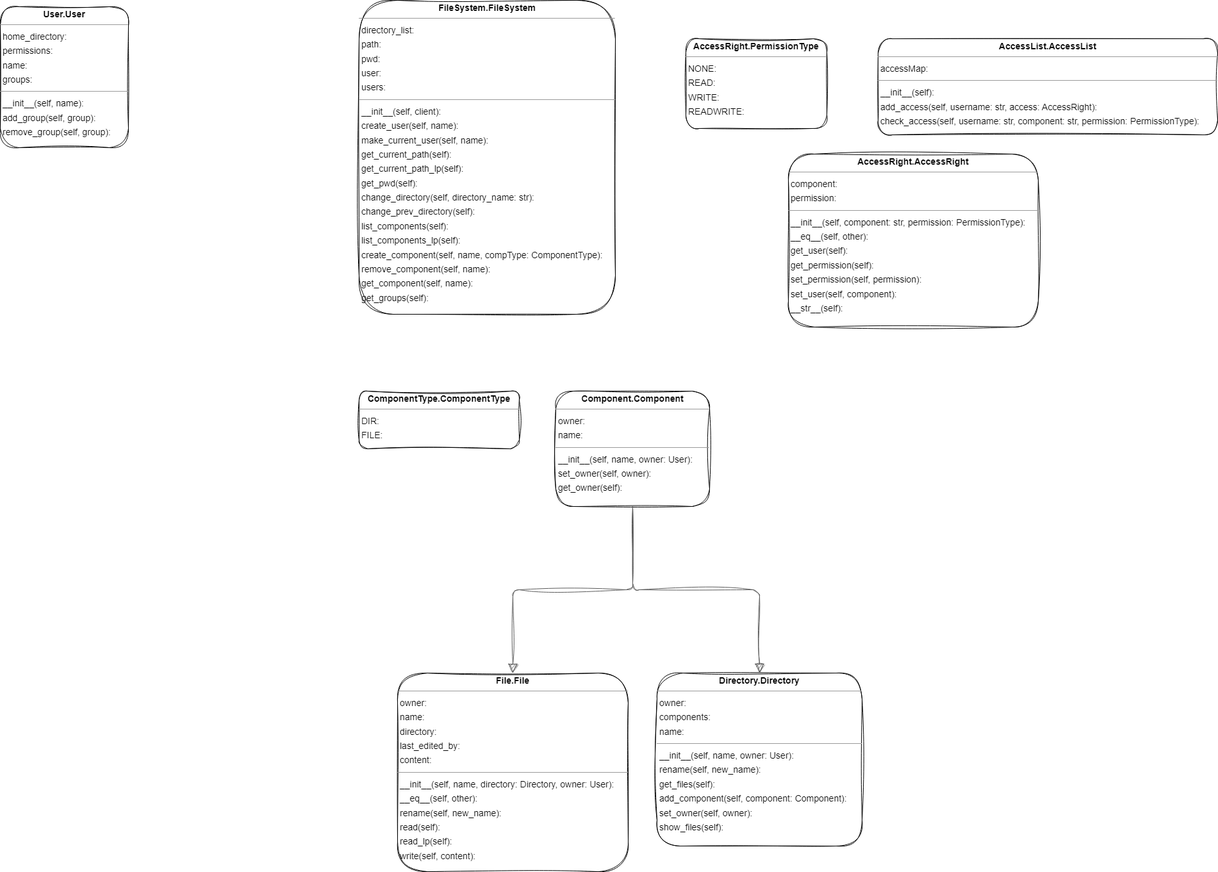
Above: Design/UML diagram.png in ECE422-Project/SFS (draw.io), before the change. Source tidied: cells renumbered, new cells last; positions are measured from the earlier drawing's top-left corner, leaving out a move shared by most shapes. Source of this version:
```xml
<mxGraphModel>
  <root>
    <mxCell id="0" />
    <mxCell id="1" parent="0" />
    <mxCell id="2" value="&lt;p style=&quot;margin:0px;margin-top:4px;text-align:center;&quot;&gt;&lt;b&gt;User.User&lt;/b&gt;&lt;/p&gt;&lt;hr size=&quot;1&quot;/&gt;&lt;p style=&quot;margin:0 0 0 4px;line-height:1.6;&quot;&gt; home_directory: &lt;br/&gt; permissions: &lt;br/&gt; name: &lt;br/&gt; groups: &lt;/p&gt;&lt;hr size=&quot;1&quot;/&gt;&lt;p style=&quot;margin:0 0 0 4px;line-height:1.6;&quot;&gt; __init__(self, name): &lt;br/&gt; add_group(self, group): &lt;br/&gt; remove_group(self, group): &lt;/p&gt;" style="verticalAlign=top;align=left;overflow=fill;fontSize=14;fontFamily=Helvetica;html=1;rounded=1;shadow=0;comic=0;labelBackgroundColor=none;strokeWidth=1;sketch=1;curveFitting=1;jiggle=2;" parent="1" vertex="1">
      <mxGeometry y="10" width="200" height="220" as="geometry" />
    </mxCell>
    <mxCell id="3" value="&lt;p style=&quot;margin:0px;margin-top:4px;text-align:center;&quot;&gt;&lt;b&gt;FileSystem.FileSystem&lt;/b&gt;&lt;/p&gt;&lt;hr size=&quot;1&quot;/&gt;&lt;p style=&quot;margin:0 0 0 4px;line-height:1.6;&quot;&gt; directory_list: &lt;br/&gt; path: &lt;br/&gt; pwd: &lt;br/&gt; user: &lt;br/&gt; users: &lt;/p&gt;&lt;hr size=&quot;1&quot;/&gt;&lt;p style=&quot;margin:0 0 0 4px;line-height:1.6;&quot;&gt; __init__(self, client): &lt;br/&gt; create_user(self, name): &lt;br/&gt; make_current_user(self, name): &lt;br/&gt; get_current_path(self): &lt;br/&gt; get_current_path_lp(self): &lt;br/&gt; get_pwd(self): &lt;br/&gt; change_directory(self, directory_name: str): &lt;br/&gt; change_prev_directory(self): &lt;br/&gt; list_components(self): &lt;br/&gt; list_components_lp(self): &lt;br/&gt; create_component(self, name, compType: ComponentType): &lt;br/&gt; remove_component(self, name): &lt;br/&gt; get_component(self, name): &lt;br/&gt; get_groups(self): &lt;/p&gt;" style="verticalAlign=top;align=left;overflow=fill;fontSize=14;fontFamily=Helvetica;html=1;rounded=1;shadow=0;comic=0;labelBackgroundColor=none;strokeWidth=1;sketch=1;curveFitting=1;jiggle=2;" parent="1" vertex="1">
      <mxGeometry x="560" width="400" height="490" as="geometry" />
    </mxCell>
    <mxCell id="4" value="&lt;p style=&quot;margin:0px;margin-top:4px;text-align:center;&quot;&gt;&lt;b&gt;Component.Component&lt;/b&gt;&lt;/p&gt;&lt;hr size=&quot;1&quot;/&gt;&lt;p style=&quot;margin:0 0 0 4px;line-height:1.6;&quot;&gt; owner: &lt;br/&gt; name: &lt;/p&gt;&lt;hr size=&quot;1&quot;/&gt;&lt;p style=&quot;margin:0 0 0 4px;line-height:1.6;&quot;&gt; __init__(self, name, owner: User): &lt;br/&gt; set_owner(self, owner): &lt;br/&gt; get_owner(self): &lt;/p&gt;" style="verticalAlign=top;align=left;overflow=fill;fontSize=14;fontFamily=Helvetica;html=1;rounded=1;shadow=0;comic=0;labelBackgroundColor=none;strokeWidth=1;sketch=1;curveFitting=1;jiggle=2;" parent="1" vertex="1">
      <mxGeometry x="867" y="610" width="240" height="180" as="geometry" />
    </mxCell>
    <mxCell id="5" value="&lt;p style=&quot;margin:0px;margin-top:4px;text-align:center;&quot;&gt;&lt;b&gt;File.File&lt;/b&gt;&lt;/p&gt;&lt;hr size=&quot;1&quot;/&gt;&lt;p style=&quot;margin:0 0 0 4px;line-height:1.6;&quot;&gt; owner: &lt;br/&gt; name: &lt;br/&gt; directory: &lt;br/&gt; last_edited_by: &lt;br/&gt; content: &lt;/p&gt;&lt;hr size=&quot;1&quot;/&gt;&lt;p style=&quot;margin:0 0 0 4px;line-height:1.6;&quot;&gt; __init__(self, name, directory: Directory, owner: User): &lt;br/&gt; __eq__(self, other): &lt;br/&gt; rename(self, new_name): &lt;br/&gt; read(self): &lt;br/&gt; read_lp(self): &lt;br/&gt; write(self, content): &lt;/p&gt;" style="verticalAlign=top;align=left;overflow=fill;fontSize=14;fontFamily=Helvetica;html=1;rounded=1;shadow=0;comic=0;labelBackgroundColor=none;strokeWidth=1;sketch=1;curveFitting=1;jiggle=2;" parent="1" vertex="1">
      <mxGeometry x="620" y="1050" width="360" height="310" as="geometry" />
    </mxCell>
    <mxCell id="6" style="html=1;rounded=1;edgeStyle=orthogonalEdgeStyle;dashed=0;startArrow=block;startSize=12;endArrow=none;strokeColor=#595959;exitX=0.500;exitY=0.000;exitDx=0;exitDy=0;entryX=0.500;entryY=1.000;entryDx=0;entryDy=0;sketch=1;curveFitting=1;jiggle=2;" parent="1" edge="1" source="5" target="4">
      <mxGeometry relative="1" as="geometry" />
    </mxCell>
    <mxCell id="7" value="&lt;p style=&quot;margin:0px;margin-top:4px;text-align:center;&quot;&gt;&lt;b&gt;Directory.Directory&lt;/b&gt;&lt;/p&gt;&lt;hr size=&quot;1&quot;/&gt;&lt;p style=&quot;margin:0 0 0 4px;line-height:1.6;&quot;&gt; owner: &lt;br/&gt; components: &lt;br/&gt; name: &lt;/p&gt;&lt;hr size=&quot;1&quot;/&gt;&lt;p style=&quot;margin:0 0 0 4px;line-height:1.6;&quot;&gt; __init__(self, name, owner: User): &lt;br/&gt; rename(self, new_name): &lt;br/&gt; get_files(self): &lt;br/&gt; add_component(self, component: Component): &lt;br/&gt; set_owner(self, owner): &lt;br/&gt; show_files(self): &lt;/p&gt;" style="verticalAlign=top;align=left;overflow=fill;fontSize=14;fontFamily=Helvetica;html=1;rounded=1;shadow=0;comic=0;labelBackgroundColor=none;strokeWidth=1;sketch=1;curveFitting=1;jiggle=2;" parent="1" vertex="1">
      <mxGeometry x="1025" y="1050" width="320" height="270" as="geometry" />
    </mxCell>
    <mxCell id="8" style="html=1;rounded=1;edgeStyle=orthogonalEdgeStyle;dashed=0;startArrow=block;startSize=12;endArrow=none;strokeColor=#595959;exitX=0.500;exitY=0.000;exitDx=0;exitDy=0;entryX=0.5;entryY=1;entryDx=0;entryDy=0;sketch=1;curveFitting=1;jiggle=2;" parent="1" edge="1" source="7" target="4">
      <mxGeometry relative="1" as="geometry" />
    </mxCell>
    <mxCell id="9" value="&lt;p style=&quot;margin:0px;margin-top:4px;text-align:center;&quot;&gt;&lt;b&gt;ComponentType.ComponentType&lt;/b&gt;&lt;/p&gt;&lt;hr size=&quot;1&quot;/&gt;&lt;p style=&quot;margin:0 0 0 4px;line-height:1.6;&quot;&gt; DIR: &lt;br/&gt; FILE: &lt;/p&gt;" style="verticalAlign=top;align=left;overflow=fill;fontSize=14;fontFamily=Helvetica;html=1;rounded=1;shadow=0;comic=0;labelBackgroundColor=none;strokeWidth=1;sketch=1;curveFitting=1;jiggle=2;" parent="1" vertex="1">
      <mxGeometry x="560" y="610" width="250" height="90" as="geometry" />
    </mxCell>
    <mxCell id="10" value="&lt;p style=&quot;margin:0px;margin-top:4px;text-align:center;&quot;&gt;&lt;b&gt;AccessRight.AccessRight&lt;/b&gt;&lt;/p&gt;&lt;hr size=&quot;1&quot;/&gt;&lt;p style=&quot;margin:0 0 0 4px;line-height:1.6;&quot;&gt; component: &lt;br/&gt; permission: &lt;/p&gt;&lt;hr size=&quot;1&quot;/&gt;&lt;p style=&quot;margin:0 0 0 4px;line-height:1.6;&quot;&gt; __init__(self, component: str, permission: PermissionType): &lt;br/&gt; __eq__(self, other): &lt;br/&gt; get_user(self): &lt;br/&gt; get_permission(self): &lt;br/&gt; set_permission(self, permission): &lt;br/&gt; set_user(self, component): &lt;br/&gt; __str__(self): &lt;/p&gt;" style="verticalAlign=top;align=left;overflow=fill;fontSize=14;fontFamily=Helvetica;html=1;rounded=1;shadow=0;comic=0;labelBackgroundColor=none;strokeWidth=1;sketch=1;curveFitting=1;jiggle=2;" parent="1" vertex="1">
      <mxGeometry x="1230" y="240" width="390" height="270" as="geometry" />
    </mxCell>
    <mxCell id="11" value="&lt;p style=&quot;margin:0px;margin-top:4px;text-align:center;&quot;&gt;&lt;b&gt;AccessRight.PermissionType&lt;/b&gt;&lt;/p&gt;&lt;hr size=&quot;1&quot;/&gt;&lt;p style=&quot;margin:0 0 0 4px;line-height:1.6;&quot;&gt; NONE: &lt;br/&gt; READ: &lt;br/&gt; WRITE: &lt;br/&gt; READWRITE: &lt;/p&gt;" style="verticalAlign=top;align=left;overflow=fill;fontSize=14;fontFamily=Helvetica;html=1;rounded=1;shadow=0;comic=0;labelBackgroundColor=none;strokeWidth=1;sketch=1;curveFitting=1;jiggle=2;" parent="1" vertex="1">
      <mxGeometry x="1070" y="60" width="220" height="140" as="geometry" />
    </mxCell>
    <mxCell id="12" value="&lt;p style=&quot;margin:0px;margin-top:4px;text-align:center;&quot;&gt;&lt;b&gt;AccessList.AccessList&lt;/b&gt;&lt;/p&gt;&lt;hr size=&quot;1&quot;/&gt;&lt;p style=&quot;margin:0 0 0 4px;line-height:1.6;&quot;&gt; accessMap: &lt;/p&gt;&lt;hr size=&quot;1&quot;/&gt;&lt;p style=&quot;margin:0 0 0 4px;line-height:1.6;&quot;&gt; __init__(self): &lt;br/&gt; add_access(self, username: str, access: AccessRight): &lt;br/&gt; check_access(self, username: str, component: str, permission: PermissionType): &lt;/p&gt;" style="verticalAlign=top;align=left;overflow=fill;fontSize=14;fontFamily=Helvetica;html=1;rounded=1;shadow=0;comic=0;labelBackgroundColor=none;strokeWidth=1;sketch=1;curveFitting=1;jiggle=2;" parent="1" vertex="1">
      <mxGeometry x="1370" y="60" width="530" height="150" as="geometry" />
    </mxCell>
  </root>
</mxGraphModel>
```
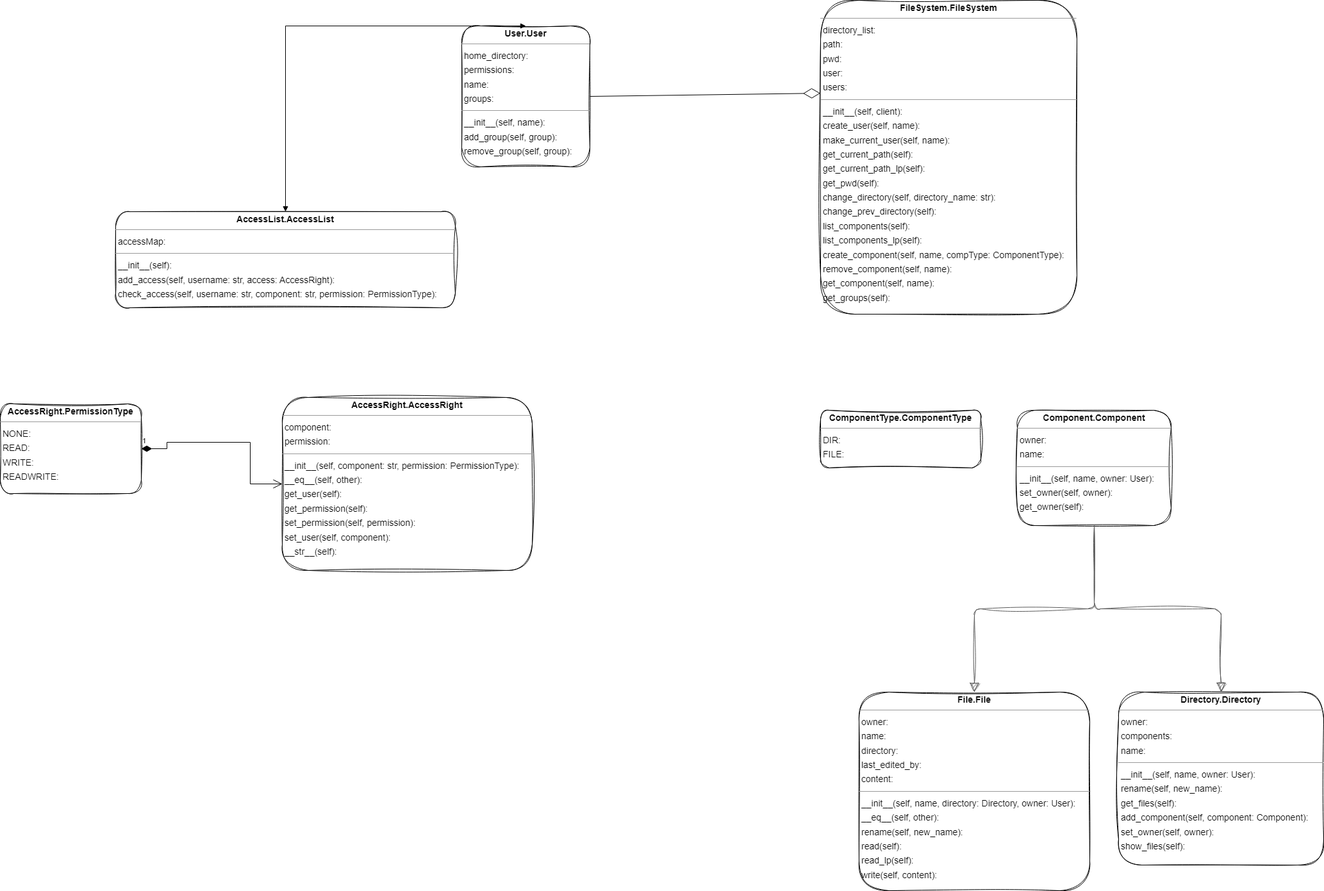
Above is the later version.

Commit message:
Updated UML Diagram

What changed in the source:
```diff
@@ -6,7 +6,7 @@
       <mxGeometry y="10" width="200" height="220" as="geometry" />
     </mxCell>
     <mxCell id="3" value="&lt;p style=&quot;margin:0px;margin-top:4px;text-align:center;&quot;&gt;&lt;b&gt;FileSystem.FileSystem&lt;/b&gt;&lt;/p&gt;&lt;hr size=&quot;1&quot;/&gt;&lt;p style=&quot;margin:0 0 0 4px;line-height:1.6;&quot;&gt; directory_list: &lt;br/&gt; path: &lt;br/&gt; pwd: &lt;br/&gt; user: &lt;br/&gt; users: &lt;/p&gt;&lt;hr size=&quot;1&quot;/&gt;&lt;p style=&quot;margin:0 0 0 4px;line-height:1.6;&quot;&gt; __init__(self, client): &lt;br/&gt; create_user(self, name): &lt;br/&gt; make_current_user(self, name): &lt;br/&gt; get_current_path(self): &lt;br/&gt; get_current_path_lp(self): &lt;br/&gt; get_pwd(self): &lt;br/&gt; change_directory(self, directory_name: str): &lt;br/&gt; change_prev_directory(self): &lt;br/&gt; list_components(self): &lt;br/&gt; list_components_lp(self): &lt;br/&gt; create_component(self, name, compType: ComponentType): &lt;br/&gt; remove_component(self, name): &lt;br/&gt; get_component(self, name): &lt;br/&gt; get_groups(self): &lt;/p&gt;" style="verticalAlign=top;align=left;overflow=fill;fontSize=14;fontFamily=Helvetica;html=1;rounded=1;shadow=0;comic=0;labelBackgroundColor=none;strokeWidth=1;sketch=1;curveFitting=1;jiggle=2;" parent="1" vertex="1">
-      <mxGeometry x="560" width="400" height="490" as="geometry" />
+      <mxGeometry x="560" y="-30" width="400" height="490" as="geometry" />
     </mxCell>
     <mxCell id="4" value="&lt;p style=&quot;margin:0px;margin-top:4px;text-align:center;&quot;&gt;&lt;b&gt;Component.Component&lt;/b&gt;&lt;/p&gt;&lt;hr size=&quot;1&quot;/&gt;&lt;p style=&quot;margin:0 0 0 4px;line-height:1.6;&quot;&gt; owner: &lt;br/&gt; name: &lt;/p&gt;&lt;hr size=&quot;1&quot;/&gt;&lt;p style=&quot;margin:0 0 0 4px;line-height:1.6;&quot;&gt; __init__(self, name, owner: User): &lt;br/&gt; set_owner(self, owner): &lt;br/&gt; get_owner(self): &lt;/p&gt;" style="verticalAlign=top;align=left;overflow=fill;fontSize=14;fontFamily=Helvetica;html=1;rounded=1;shadow=0;comic=0;labelBackgroundColor=none;strokeWidth=1;sketch=1;curveFitting=1;jiggle=2;" parent="1" vertex="1">
       <mxGeometry x="867" y="610" width="240" height="180" as="geometry" />
@@ -27,13 +27,32 @@
       <mxGeometry x="560" y="610" width="250" height="90" as="geometry" />
     </mxCell>
     <mxCell id="10" value="&lt;p style=&quot;margin:0px;margin-top:4px;text-align:center;&quot;&gt;&lt;b&gt;AccessRight.AccessRight&lt;/b&gt;&lt;/p&gt;&lt;hr size=&quot;1&quot;/&gt;&lt;p style=&quot;margin:0 0 0 4px;line-height:1.6;&quot;&gt; component: &lt;br/&gt; permission: &lt;/p&gt;&lt;hr size=&quot;1&quot;/&gt;&lt;p style=&quot;margin:0 0 0 4px;line-height:1.6;&quot;&gt; __init__(self, component: str, permission: PermissionType): &lt;br/&gt; __eq__(self, other): &lt;br/&gt; get_user(self): &lt;br/&gt; get_permission(self): &lt;br/&gt; set_permission(self, permission): &lt;br/&gt; set_user(self, component): &lt;br/&gt; __str__(self): &lt;/p&gt;" style="verticalAlign=top;align=left;overflow=fill;fontSize=14;fontFamily=Helvetica;html=1;rounded=1;shadow=0;comic=0;labelBackgroundColor=none;strokeWidth=1;sketch=1;curveFitting=1;jiggle=2;" parent="1" vertex="1">
-      <mxGeometry x="1230" y="240" width="390" height="270" as="geometry" />
+      <mxGeometry x="-280" y="590" width="390" height="270" as="geometry" />
     </mxCell>
     <mxCell id="11" value="&lt;p style=&quot;margin:0px;margin-top:4px;text-align:center;&quot;&gt;&lt;b&gt;AccessRight.PermissionType&lt;/b&gt;&lt;/p&gt;&lt;hr size=&quot;1&quot;/&gt;&lt;p style=&quot;margin:0 0 0 4px;line-height:1.6;&quot;&gt; NONE: &lt;br/&gt; READ: &lt;br/&gt; WRITE: &lt;br/&gt; READWRITE: &lt;/p&gt;" style="verticalAlign=top;align=left;overflow=fill;fontSize=14;fontFamily=Helvetica;html=1;rounded=1;shadow=0;comic=0;labelBackgroundColor=none;strokeWidth=1;sketch=1;curveFitting=1;jiggle=2;" parent="1" vertex="1">
-      <mxGeometry x="1070" y="60" width="220" height="140" as="geometry" />
+      <mxGeometry x="-720" y="600" width="220" height="140" as="geometry" />
     </mxCell>
     <mxCell id="12" value="&lt;p style=&quot;margin:0px;margin-top:4px;text-align:center;&quot;&gt;&lt;b&gt;AccessList.AccessList&lt;/b&gt;&lt;/p&gt;&lt;hr size=&quot;1&quot;/&gt;&lt;p style=&quot;margin:0 0 0 4px;line-height:1.6;&quot;&gt; accessMap: &lt;/p&gt;&lt;hr size=&quot;1&quot;/&gt;&lt;p style=&quot;margin:0 0 0 4px;line-height:1.6;&quot;&gt; __init__(self): &lt;br/&gt; add_access(self, username: str, access: AccessRight): &lt;br/&gt; check_access(self, username: str, component: str, permission: PermissionType): &lt;/p&gt;" style="verticalAlign=top;align=left;overflow=fill;fontSize=14;fontFamily=Helvetica;html=1;rounded=1;shadow=0;comic=0;labelBackgroundColor=none;strokeWidth=1;sketch=1;curveFitting=1;jiggle=2;" parent="1" vertex="1">
-      <mxGeometry x="1370" y="60" width="530" height="150" as="geometry" />
+      <mxGeometry x="-540" y="300" width="530" height="150" as="geometry" />
     </mxCell>
+    <mxCell id="13" style="endArrow=diamondThin;endFill=0;endSize=24;html=1;rounded=0;entryX=-0.001;entryY=0.296;entryDx=0;entryDy=0;entryPerimeter=0;exitX=1;exitY=0.5;exitDx=0;exitDy=0;" parent="1" edge="1" source="2" target="3">
+      <mxGeometry relative="1" as="geometry" />
+    </mxCell>
+    <mxCell id="14" style="endArrow=block;startArrow=block;endFill=1;startFill=1;html=1;rounded=0;exitX=0.5;exitY=0;exitDx=0;exitDy=0;entryX=0.5;entryY=0;entryDx=0;entryDy=0;" parent="1" edge="1" source="2" target="12">
+      <mxGeometry relative="1" as="geometry">
+        <Array as="points">
+          <mxPoint x="-275" y="10" />
+        </Array>
+      </mxGeometry>
+    </mxCell>
+    <mxCell id="15" value="1" style="endArrow=open;html=1;endSize=12;startArrow=diamondThin;startSize=14;startFill=1;edgeStyle=orthogonalEdgeStyle;align=left;verticalAlign=bottom;rounded=0;entryX=0;entryY=0.5;entryDx=0;entryDy=0;exitX=1;exitY=0.5;exitDx=0;exitDy=0;" parent="1" edge="1" source="11" target="10">
+      <mxGeometry x="-1" y="3" relative="1" as="geometry">
+        <Array as="points">
+          <mxPoint x="-460" y="660" />
+          <mxPoint x="-330" y="660" />
+          <mxPoint x="-330" y="725" />
+        </Array>
+      </mxGeometry>
+    </mxCell>
   </root>
 </mxGraphModel>
```
